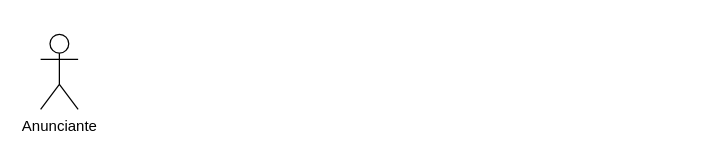
Earlier version of the draw.io diagram SetimaTarefa.drawio (ArcanjoDaGuarda/AnjoProjetos). Source tidied: cells renumbered, new cells numbered last; positions are measured from the earlier drawing's top-left corner, leaving out a move shared by most shapes. Both pictures are drawn from the tidied source at 125%, with x=0, y=0 at pixel (40, 34).
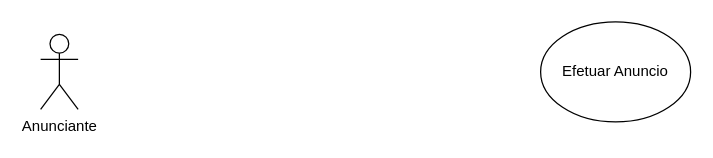
After the change.

What changed in the source:
```diff
@@
 <mxGraphModel>
   <root>
     <mxCell id="0" />
     <mxCell id="1" parent="0" />
     <mxCell id="2" value="Anunciante" style="shape=umlActor;verticalLabelPosition=bottom;verticalAlign=top;html=1;" parent="1" vertex="1">
       <mxGeometry width="30" height="60" as="geometry" />
     </mxCell>
+    <mxCell id="3" value="Efetuar Anuncio" style="ellipse;whiteSpace=wrap;html=1;" parent="1" vertex="1">
+      <mxGeometry x="400" y="-10" width="120" height="80" as="geometry" />
+    </mxCell>
   </root>
 </mxGraphModel>
```
